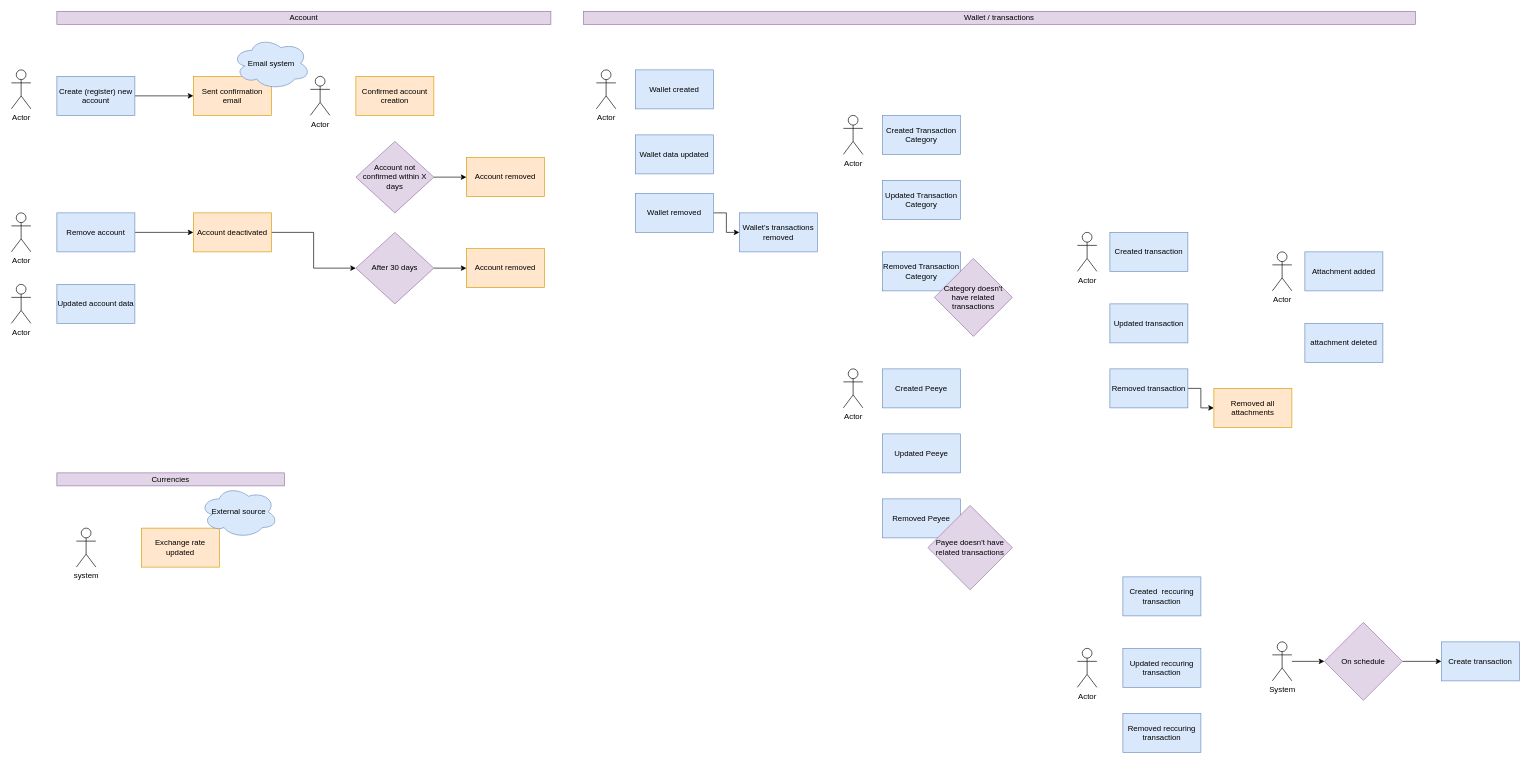
Above: page "Features" (2 of 2) of docs/diagrams.drawio in GrPe/Overmoney (draw.io), before the change. Source tidied: cells renumbered, new cells numbered last; positions are measured from the earlier drawing's top-left corner, leaving out a move shared by most shapes. Both pictures are drawn from the tidied source at 65%, with x=0, y=0 at pixel (11, 11).
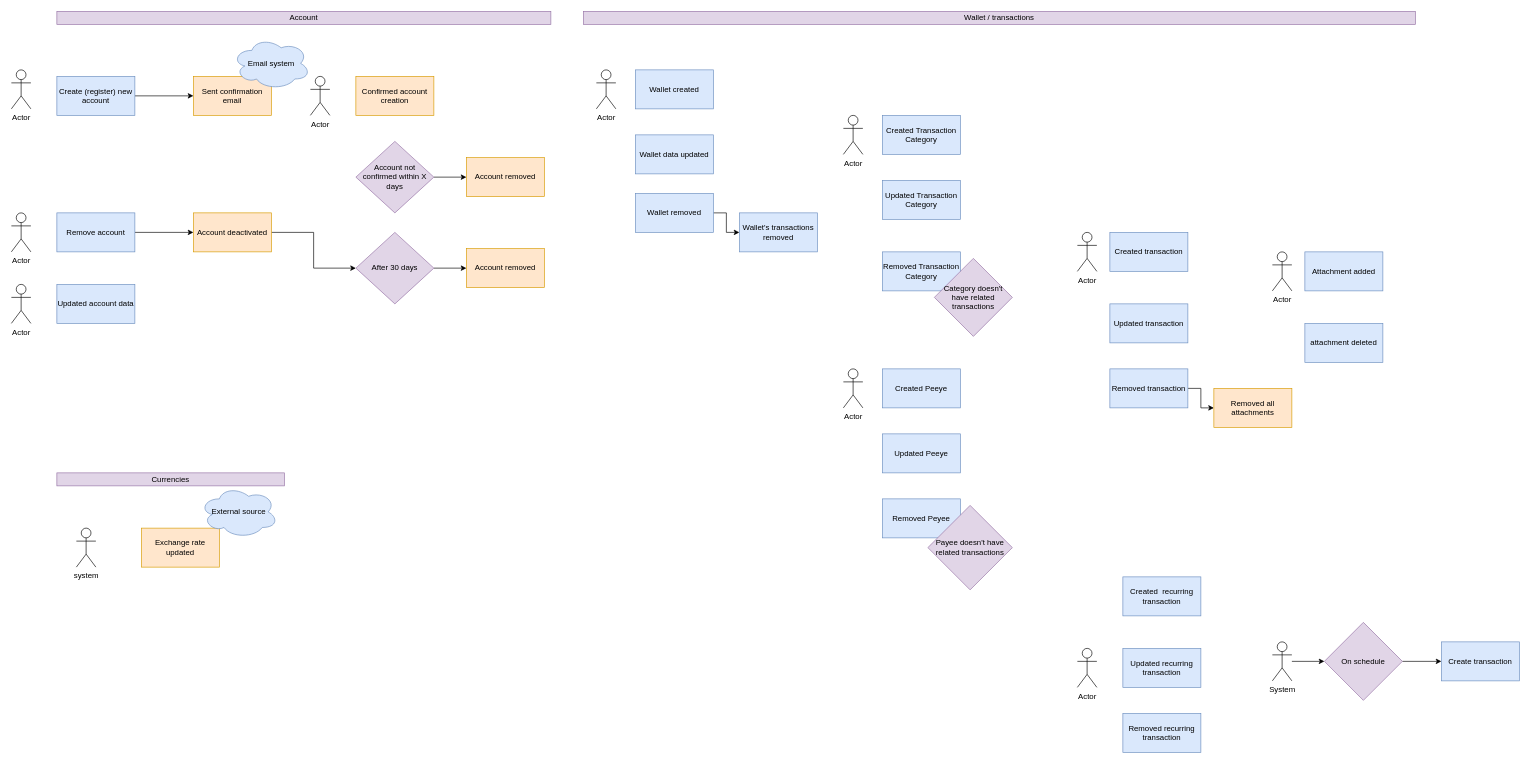
Above is the later version.

Commit message (it also covers changes not shown here):
Added model and empty endpoint for recurring transactions

Diff of the diagram source:
```diff
@@
-    <mxCell id="54" value="Created&amp;nbsp; reccuring transaction" style="rounded=0;whiteSpace=wrap;html=1;fillColor=#dae8fc;strokeColor=#6c8ebf;" parent="1" vertex="1">
+    <mxCell id="54" value="Created&amp;nbsp; recurring transaction" style="rounded=0;whiteSpace=wrap;html=1;fillColor=#dae8fc;strokeColor=#6c8ebf;" parent="1" vertex="1">
       <mxGeometry x="1710" y="870" width="120" height="60" as="geometry" />
     </mxCell>
-    <mxCell id="55" value="Updated reccuring transaction" style="rounded=0;whiteSpace=wrap;html=1;fillColor=#dae8fc;strokeColor=#6c8ebf;" parent="1" vertex="1">
+    <mxCell id="55" value="Updated recurring transaction" style="rounded=0;whiteSpace=wrap;html=1;fillColor=#dae8fc;strokeColor=#6c8ebf;" parent="1" vertex="1">
       <mxGeometry x="1710" y="980" width="120" height="60" as="geometry" />
     </mxCell>
-    <mxCell id="56" value="Removed reccuring transaction" style="rounded=0;whiteSpace=wrap;html=1;fillColor=#dae8fc;strokeColor=#6c8ebf;" parent="1" vertex="1">
+    <mxCell id="56" value="Removed recurring transaction" style="rounded=0;whiteSpace=wrap;html=1;fillColor=#dae8fc;strokeColor=#6c8ebf;" parent="1" vertex="1">
       <mxGeometry x="1710" y="1080" width="120" height="60" as="geometry" />
     </mxCell>
```
